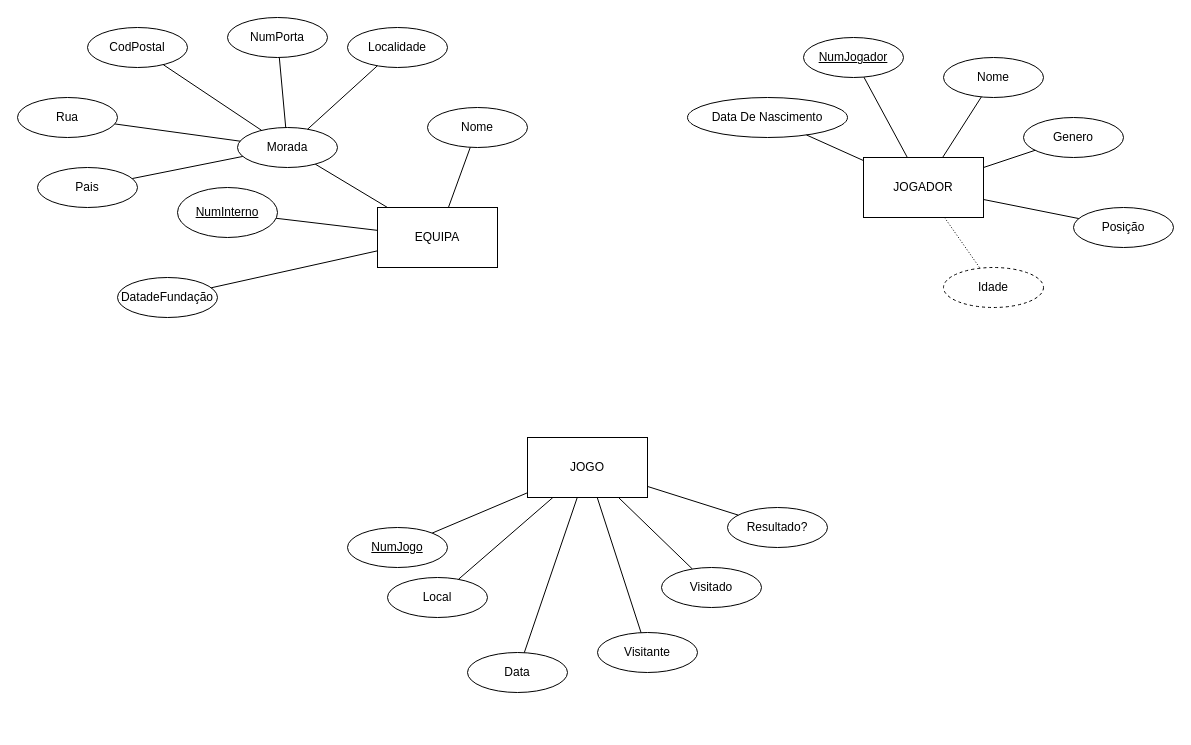
Earlier version of the draw.io diagram Aula23.drawio (danymota1P/Diagrama). Source tidied: cells renumbered, new cells numbered last; positions are measured from the earlier drawing's top-left corner, leaving out a move shared by most shapes. Both pictures are drawn from the tidied source at 100%, with x=0, y=0 at pixel (17, 17).
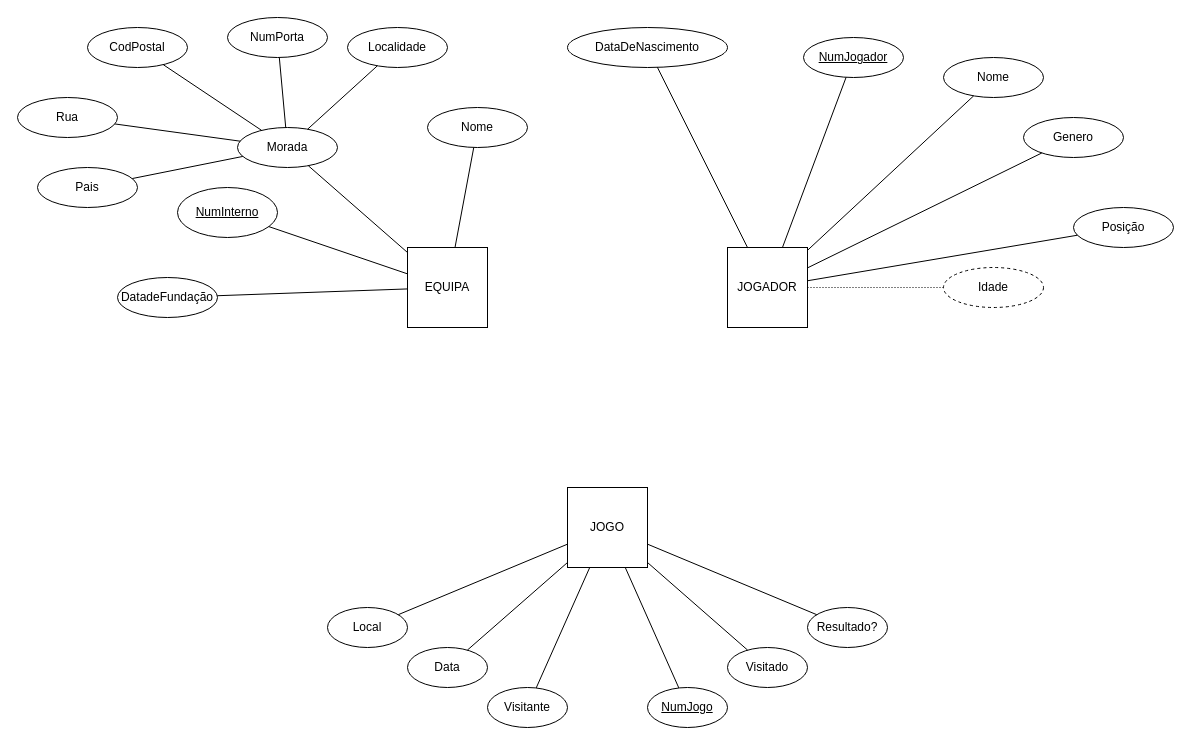
The same diagram, later.

The edit, as a diff of the source:
```diff
@@
     <mxCell id="2" value="EQUIPA" style="rounded=0;whiteSpace=wrap;html=1;" parent="1" vertex="1">
-      <mxGeometry x="360" y="190" width="120" height="60" as="geometry" />
+      <mxGeometry x="390" y="230" width="80" height="80" as="geometry" />
     </mxCell>
     <mxCell id="3" value="JOGADOR" style="rounded=0;whiteSpace=wrap;html=1;" parent="1" vertex="1">
-      <mxGeometry x="846" y="140" width="120" height="60" as="geometry" />
+      <mxGeometry x="710" y="230" width="80" height="80" as="geometry" />
     </mxCell>
     <mxCell id="4" value="JOGO" style="rounded=0;whiteSpace=wrap;html=1;" parent="1" vertex="1">
-      <mxGeometry x="510" y="420" width="120" height="60" as="geometry" />
+      <mxGeometry x="550" y="470" width="80" height="80" as="geometry" />
     </mxCell>
     <mxCell id="5" value="Data" style="ellipse;whiteSpace=wrap;html=1;align=center;" parent="1" vertex="1">
-      <mxGeometry x="450" y="635" width="100" height="40" as="geometry" />
+      <mxGeometry x="390" y="630" width="80" height="40" as="geometry" />
     </mxCell>
     <mxCell id="6" value="Resultado?" style="ellipse;whiteSpace=wrap;html=1;align=center;" parent="1" vertex="1">
-      <mxGeometry x="710" y="490" width="100" height="40" as="geometry" />
+      <mxGeometry x="790" y="590" width="80" height="40" as="geometry" />
     </mxCell>
@@
     <mxCell id="12" value="Local" style="ellipse;whiteSpace=wrap;html=1;align=center;" parent="1" vertex="1">
-      <mxGeometry x="370" y="560" width="100" height="40" as="geometry" />
+      <mxGeometry x="310" y="590" width="80" height="40" as="geometry" />
     </mxCell>
     <mxCell id="13" value="Visitante" style="ellipse;whiteSpace=wrap;html=1;align=center;" parent="1" vertex="1">
-      <mxGeometry x="580" y="615" width="100" height="40" as="geometry" />
+      <mxGeometry x="470" y="670" width="80" height="40" as="geometry" />
     </mxCell>
@@
     <mxCell id="15" value="Visitado" style="ellipse;whiteSpace=wrap;html=1;align=center;" parent="1" vertex="1">
-      <mxGeometry x="644" y="550" width="100" height="40" as="geometry" />
+      <mxGeometry x="710" y="630" width="80" height="40" as="geometry" />
     </mxCell>
@@
     <mxCell id="17" value="NumJogo" style="ellipse;whiteSpace=wrap;html=1;align=center;fontStyle=4;" parent="1" vertex="1">
-      <mxGeometry x="330" y="510" width="100" height="40" as="geometry" />
+      <mxGeometry x="630" y="670" width="80" height="40" as="geometry" />
     </mxCell>
@@
-    <mxCell id="31" value="Data De Nascimento" style="ellipse;whiteSpace=wrap;html=1;align=center;" parent="1" vertex="1">
-      <mxGeometry x="670" y="80" width="160" height="40" as="geometry" />
+    <mxCell id="31" value="DataDeNascimento" style="ellipse;whiteSpace=wrap;html=1;align=center;" parent="1" vertex="1">
+      <mxGeometry x="550" y="10" width="160" height="40" as="geometry" />
     </mxCell>
```
